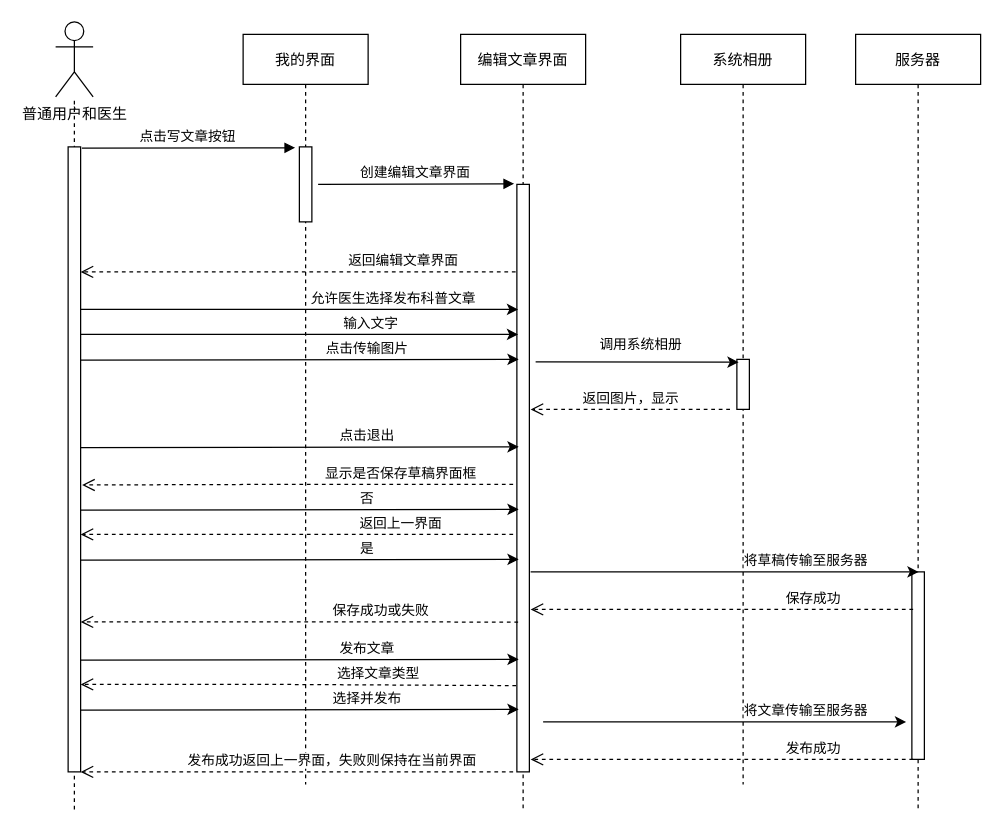
Above: 编辑帖子时序图.drawio in Darius-H/Diagram-Folder (draw.io), before the change. Source tidied: cells renumbered, new cells numbered last; positions are measured from the earlier drawing's top-left corner, leaving out a move shared by most shapes. Both pictures are drawn from the tidied source at 125%, with x=0, y=0 at pixel (55, 21).
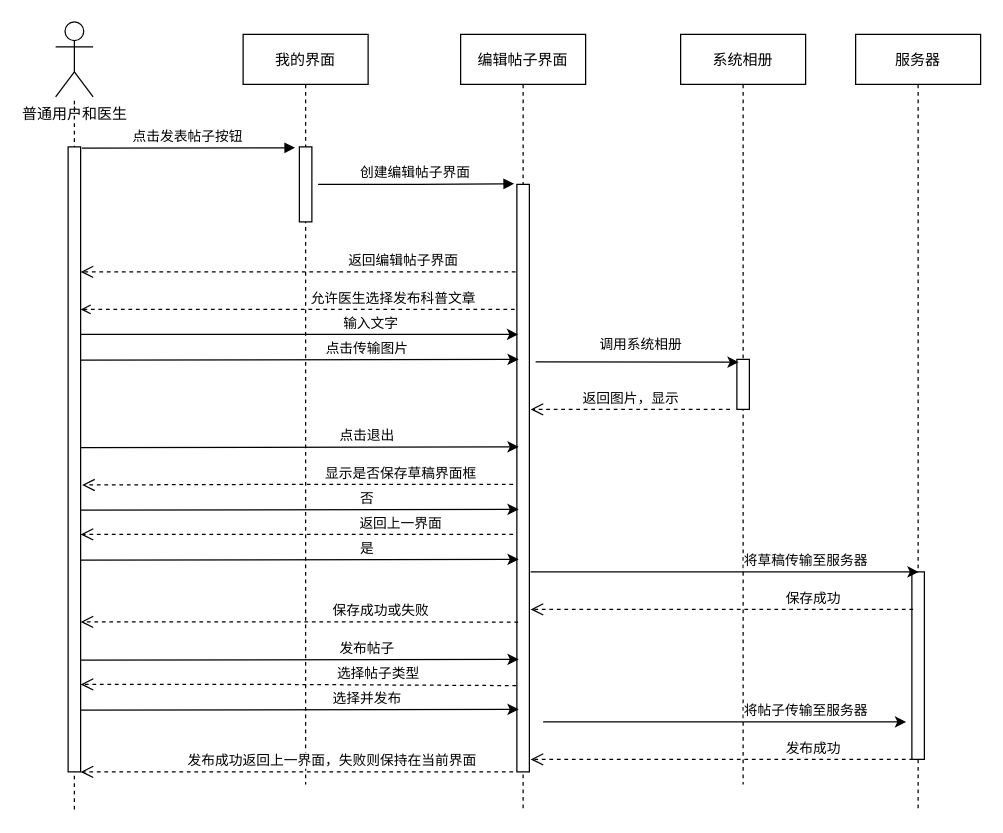
The same diagram, later.

Unchanged cells that the change refers to:
```xml
<mxCell id="3" style="points=[];perimeter=orthogonalPerimeter;rounded=0;shadow=0;strokeWidth=1;" parent="2" vertex="1">
  <mxGeometry x="45" y="90" width="10" height="60" as="geometry" />
</mxCell>
<mxCell id="9" style="html=1;points=[];perimeter=orthogonalPerimeter;fontFamily=Helvetica;" parent="1" vertex="1">
  <mxGeometry x="10" y="100" width="10" height="500" as="geometry" />
</mxCell>
<mxCell id="13" style="points=[];perimeter=orthogonalPerimeter;rounded=0;shadow=0;strokeWidth=1;" parent="12" vertex="1">
  <mxGeometry x="45" y="120" width="10" height="470" as="geometry" />
</mxCell>
<mxCell id="35" style="endArrow=classic;html=1;exitX=0.96;exitY=0.502;exitDx=0;exitDy=0;exitPerimeter=0;" parent="1" edge="1">
  <mxGeometry relative="1" as="geometry">
    <mxPoint x="20" y="510.5" as="sourcePoint" />
    <mxPoint x="370.4" y="510" as="targetPoint" />
  </mxGeometry>
</mxCell>
<mxCell id="40" style="endArrow=classic;html=1;" parent="1" edge="1">
  <mxGeometry relative="1" as="geometry">
    <mxPoint x="390" y="560" as="sourcePoint" />
    <mxPoint x="680.4" y="560" as="targetPoint" />
  </mxGeometry>
</mxCell>
```

The edit, as a diff of the source:
```diff
@@
-    <mxCell id="10" value="点击写文章按钮" style="verticalAlign=bottom;endArrow=block;shadow=0;strokeWidth=1;entryX=-0.34;entryY=0.012;entryDx=0;entryDy=0;entryPerimeter=0;" parent="1" edge="1" target="3">
+    <mxCell id="10" value="点击发表帖子按钮" style="verticalAlign=bottom;endArrow=block;shadow=0;strokeWidth=1;entryX=-0.34;entryY=0.012;entryDx=0;entryDy=0;entryPerimeter=0;" parent="1" edge="1" target="3">
       <mxGeometry relative="1" as="geometry">
         <mxPoint x="21" y="101" as="sourcePoint" />
       </mxGeometry>
     </mxCell>
-    <mxCell id="11" value="返回编辑文章界面" style="html=1;verticalAlign=bottom;endArrow=open;dashed=1;endSize=8;fontFamily=Helvetica;" parent="1" edge="1" target="9">
+    <mxCell id="11" value="返回编辑帖子界面" style="html=1;verticalAlign=bottom;endArrow=open;dashed=1;endSize=8;fontFamily=Helvetica;" parent="1" edge="1" target="9">
       <mxGeometry x="-0.48" relative="1" as="geometry">
         <mxPoint x="368" y="200" as="sourcePoint" />
         <Array as="points">
           <mxPoint x="182" y="200" />
         </Array>
       </mxGeometry>
     </mxCell>
-    <mxCell id="12" value="编辑文章界面" style="shape=umlLifeline;perimeter=lifelinePerimeter;rounded=0;shadow=0;strokeWidth=1;" parent="1" vertex="1">
+    <mxCell id="12" value="编辑帖子界面" style="shape=umlLifeline;perimeter=lifelinePerimeter;rounded=0;shadow=0;strokeWidth=1;" parent="1" vertex="1">
       <mxGeometry x="324" y="10" width="100" height="620" as="geometry" />
     </mxCell>
@@
-    <mxCell id="14" value="创建编辑文章界面" style="verticalAlign=bottom;endArrow=block;shadow=0;strokeWidth=1;entryX=-0.22;entryY=-0.001;entryDx=0;entryDy=0;entryPerimeter=0;" parent="1" edge="1" target="13">
+    <mxCell id="14" value="创建编辑帖子界面" style="verticalAlign=bottom;endArrow=block;shadow=0;strokeWidth=1;entryX=-0.22;entryY=-0.001;entryDx=0;entryDy=0;entryPerimeter=0;" parent="1" edge="1" target="13">
       <mxGeometry relative="1" as="geometry">
         <mxPoint x="210" y="130" as="sourcePoint" />
+        <Array as="points">
+          <mxPoint x="280" y="130" />
+        </Array>
       </mxGeometry>
     </mxCell>
@@
-    <mxCell id="36" value="发布文章" style="edgeLabel;html=1;align=center;verticalAlign=middle;" parent="35" vertex="1">
+    <mxCell id="36" value="发布帖子" style="edgeLabel;html=1;align=center;verticalAlign=middle;" parent="35" vertex="1">
       <mxGeometry x="0.11" y="4" relative="1" as="geometry">
         <mxPoint x="35" y="-6" as="offset" />
       </mxGeometry>
     </mxCell>
-    <mxCell id="37" value="选择文章类型" style="html=1;verticalAlign=bottom;endArrow=open;dashed=1;endSize=8;fontFamily=Helvetica;exitX=-0.06;exitY=0.856;exitDx=0;exitDy=0;exitPerimeter=0;" parent="1" edge="1">
+    <mxCell id="37" value="选择帖子类型" style="html=1;verticalAlign=bottom;endArrow=open;dashed=1;endSize=8;fontFamily=Helvetica;exitX=-0.06;exitY=0.856;exitDx=0;exitDy=0;exitPerimeter=0;" parent="1" edge="1">
       <mxGeometry x="-0.37" relative="1" as="geometry">
         <mxPoint x="368.4" y="531" as="sourcePoint" />
         <mxPoint x="20" y="530" as="targetPoint" />
         <Array as="points">
           <mxPoint x="170" y="530" />
         </Array>
       </mxGeometry>
     </mxCell>
@@
-    <mxCell id="41" value="将文章传输至服务器" style="edgeLabel;html=1;align=center;verticalAlign=middle;" parent="40" vertex="1">
+    <mxCell id="41" value="将帖子传输至服务器" style="edgeLabel;html=1;align=center;verticalAlign=middle;" parent="40" vertex="1">
       <mxGeometry x="0.11" y="4" relative="1" as="geometry">
         <mxPoint x="48" y="-6" as="offset" />
       </mxGeometry>
     </mxCell>
@@
-    <mxCell id="44" style="endArrow=classic;html=1;" parent="1" edge="1">
+    <mxCell id="44" style="endArrow=none;html=1;endFill=0;startArrow=open;startFill=0;dashed=1;endSize=8;" parent="1" edge="1">
       <mxGeometry relative="1" as="geometry">
         <mxPoint x="20" y="230" as="sourcePoint" />
         <mxPoint x="370" y="230" as="targetPoint" />
       </mxGeometry>
     </mxCell>
```
